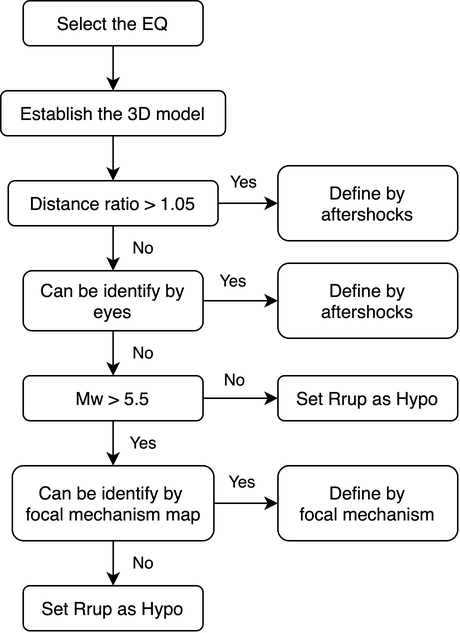
Above: Rupture plane workflow.drawio.png in chelseahuei/draw.io (draw.io), before the change. Source tidied: cells renumbered, new cells last; positions are measured from the earlier drawing's top-left corner, leaving out a move shared by most shapes. The source it was exported from:
```xml
<mxGraphModel>
  <root>
    <mxCell id="0" />
    <mxCell id="1" parent="0" />
    <mxCell id="2" style="edgeStyle=orthogonalEdgeStyle;rounded=0;jettySize=auto;html=1;entryX=0.5;entryY=0;entryDx=0;entryDy=0;" parent="1" edge="1" source="3" target="12">
      <mxGeometry relative="1" as="geometry" />
    </mxCell>
    <mxCell id="3" value="Select the EQ" style="rounded=1;whiteSpace=wrap;html=1;fontSize=12;glass=0;strokeWidth=1;shadow=0;" parent="1" vertex="1">
      <mxGeometry x="15" width="120" height="30" as="geometry" />
    </mxCell>
    <mxCell id="4" value="Define by&lt;div&gt;aftershocks&lt;/div&gt;" style="rounded=1;whiteSpace=wrap;html=1;fontSize=12;glass=0;strokeWidth=1;shadow=0;" parent="1" vertex="1">
      <mxGeometry x="185" y="110" width="120" height="50" as="geometry" />
    </mxCell>
    <mxCell id="5" style="edgeStyle=orthogonalEdgeStyle;rounded=0;jettySize=auto;html=1;entryX=0;entryY=0.5;entryDx=0;entryDy=0;" parent="1" edge="1" source="7" target="4">
      <mxGeometry relative="1" as="geometry" />
    </mxCell>
    <mxCell id="6" style="edgeStyle=orthogonalEdgeStyle;rounded=0;jettySize=auto;html=1;entryX=0.5;entryY=0;entryDx=0;entryDy=0;" parent="1" edge="1" source="7" target="10">
      <mxGeometry relative="1" as="geometry" />
    </mxCell>
    <mxCell id="7" value="Distance ratio &amp;gt; 1.05" style="rounded=1;whiteSpace=wrap;html=1;fontSize=12;glass=0;strokeWidth=1;shadow=0;" parent="1" vertex="1">
      <mxGeometry x="5" y="120" width="140" height="30" as="geometry" />
    </mxCell>
    <mxCell id="8" style="edgeStyle=orthogonalEdgeStyle;rounded=0;jettySize=auto;html=1;entryX=0;entryY=0.5;entryDx=0;entryDy=0;" parent="1" edge="1" source="10" target="15">
      <mxGeometry relative="1" as="geometry" />
    </mxCell>
    <mxCell id="9" style="edgeStyle=orthogonalEdgeStyle;rounded=0;jettySize=auto;html=1;entryX=0.5;entryY=0;entryDx=0;entryDy=0;" parent="1" edge="1" source="10" target="19">
      <mxGeometry relative="1" as="geometry" />
    </mxCell>
    <mxCell id="10" value="Can be identify by eyes" style="rounded=1;whiteSpace=wrap;html=1;fontSize=12;glass=0;strokeWidth=1;shadow=0;" parent="1" vertex="1">
      <mxGeometry x="15" y="180" width="120" height="40" as="geometry" />
    </mxCell>
    <mxCell id="11" style="edgeStyle=orthogonalEdgeStyle;rounded=0;jettySize=auto;html=1;entryX=0.5;entryY=0;entryDx=0;entryDy=0;" parent="1" edge="1" source="12" target="7">
      <mxGeometry relative="1" as="geometry" />
    </mxCell>
    <mxCell id="12" value="Establish the 3D model" style="rounded=1;whiteSpace=wrap;html=1;" parent="1" vertex="1">
      <mxGeometry y="60" width="150" height="30" as="geometry" />
    </mxCell>
    <mxCell id="13" value="Yes" style="text;html=1;align=center;verticalAlign=middle;strokeColor=none;fillColor=none;fontSize=11;" parent="1" vertex="1">
      <mxGeometry x="142" y="106" width="40" height="30" as="geometry" />
    </mxCell>
    <mxCell id="14" value="No" style="text;html=1;align=center;verticalAlign=middle;strokeColor=none;fillColor=none;fontSize=11;" parent="1" vertex="1">
      <mxGeometry x="75" y="150" width="40" height="30" as="geometry" />
    </mxCell>
    <mxCell id="15" value="Define by&lt;div&gt;aftershocks&lt;/div&gt;" style="rounded=1;whiteSpace=wrap;html=1;fontSize=12;glass=0;strokeWidth=1;shadow=0;" parent="1" vertex="1">
      <mxGeometry x="185" y="175" width="120" height="50" as="geometry" />
    </mxCell>
    <mxCell id="16" value="Yes" style="text;html=1;align=center;verticalAlign=middle;strokeColor=none;fillColor=none;fontSize=11;" parent="1" vertex="1">
      <mxGeometry x="135" y="172" width="40" height="30" as="geometry" />
    </mxCell>
    <mxCell id="17" style="edgeStyle=orthogonalEdgeStyle;rounded=0;jettySize=auto;html=1;entryX=0;entryY=0.5;entryDx=0;entryDy=0;" parent="1" edge="1" source="19" target="23">
      <mxGeometry relative="1" as="geometry" />
    </mxCell>
    <mxCell id="18" style="edgeStyle=orthogonalEdgeStyle;rounded=0;jettySize=auto;html=1;entryX=0.5;entryY=0;entryDx=0;entryDy=0;" parent="1" edge="1" source="19" target="22">
      <mxGeometry relative="1" as="geometry" />
    </mxCell>
    <mxCell id="19" value="Mw &amp;gt; 5.5" style="rounded=1;whiteSpace=wrap;html=1;" parent="1" vertex="1">
      <mxGeometry x="15" y="250" width="120" height="30" as="geometry" />
    </mxCell>
    <mxCell id="20" style="edgeStyle=orthogonalEdgeStyle;rounded=0;jettySize=auto;html=1;entryX=0;entryY=0.5;entryDx=0;entryDy=0;" parent="1" edge="1" source="22" target="27">
      <mxGeometry relative="1" as="geometry" />
    </mxCell>
    <mxCell id="21" style="edgeStyle=orthogonalEdgeStyle;rounded=0;jettySize=auto;html=1;entryX=0.5;entryY=0;entryDx=0;entryDy=0;" parent="1" edge="1" source="22" target="29">
      <mxGeometry relative="1" as="geometry" />
    </mxCell>
    <mxCell id="22" value="Can be identify by&amp;nbsp;&lt;div&gt;focal mechanism map&lt;/div&gt;" style="rounded=1;whiteSpace=wrap;html=1;" parent="1" vertex="1">
      <mxGeometry x="7.8" y="310" width="134.5" height="50" as="geometry" />
    </mxCell>
    <mxCell id="23" value="Set Rrup as Hypo" style="rounded=1;whiteSpace=wrap;html=1;fontSize=12;glass=0;strokeWidth=1;shadow=0;" parent="1" vertex="1">
      <mxGeometry x="185" y="250" width="120" height="30" as="geometry" />
    </mxCell>
    <mxCell id="24" value="No" style="text;html=1;align=center;verticalAlign=middle;strokeColor=none;fillColor=none;fontSize=11;" parent="1" vertex="1">
      <mxGeometry x="136" y="238" width="40" height="30" as="geometry" />
    </mxCell>
    <mxCell id="25" value="No" style="text;html=1;align=center;verticalAlign=middle;strokeColor=none;fillColor=none;fontSize=11;" parent="1" vertex="1">
      <mxGeometry x="75" y="220" width="40" height="30" as="geometry" />
    </mxCell>
    <mxCell id="26" value="Yes" style="text;html=1;align=center;verticalAlign=middle;strokeColor=none;fillColor=none;fontSize=11;" parent="1" vertex="1">
      <mxGeometry x="75" y="280" width="40" height="30" as="geometry" />
    </mxCell>
    <mxCell id="27" value="Define by&lt;div&gt;focal mechanism&lt;br&gt;&lt;/div&gt;" style="rounded=1;whiteSpace=wrap;html=1;fontSize=12;glass=0;strokeWidth=1;shadow=0;" parent="1" vertex="1">
      <mxGeometry x="185" y="310" width="120" height="50" as="geometry" />
    </mxCell>
    <mxCell id="28" value="Yes" style="text;html=1;align=center;verticalAlign=middle;strokeColor=none;fillColor=none;fontSize=11;" parent="1" vertex="1">
      <mxGeometry x="141" y="306" width="40" height="30" as="geometry" />
    </mxCell>
    <mxCell id="29" value="Set Rrup as Hypo" style="rounded=1;whiteSpace=wrap;html=1;fontSize=12;glass=0;strokeWidth=1;shadow=0;" parent="1" vertex="1">
      <mxGeometry x="15" y="390" width="120" height="30" as="geometry" />
    </mxCell>
    <mxCell id="30" value="No" style="text;html=1;align=center;verticalAlign=middle;strokeColor=none;fillColor=none;fontSize=11;" parent="1" vertex="1">
      <mxGeometry x="75" y="360" width="40" height="30" as="geometry" />
    </mxCell>
  </root>
</mxGraphModel>
```
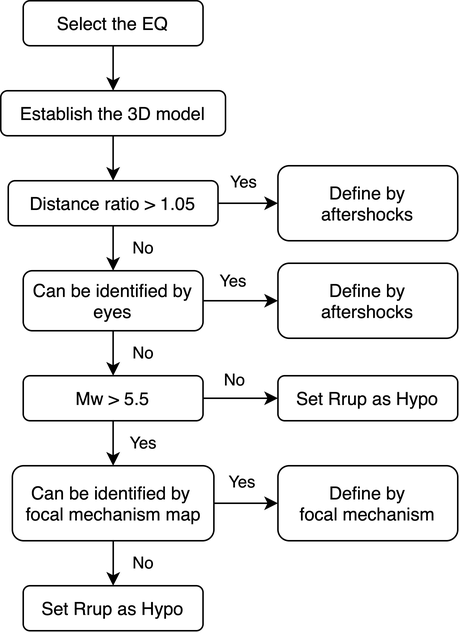
The same file after the commit.

Change to the diagram source:
```diff
@@ -26,7 +26,7 @@
     <mxCell id="9" style="edgeStyle=orthogonalEdgeStyle;rounded=0;jettySize=auto;html=1;entryX=0.5;entryY=0;entryDx=0;entryDy=0;" parent="1" edge="1" source="10" target="19">
       <mxGeometry relative="1" as="geometry" />
     </mxCell>
-    <mxCell id="10" value="Can be identify by eyes" style="rounded=1;whiteSpace=wrap;html=1;fontSize=12;glass=0;strokeWidth=1;shadow=0;" parent="1" vertex="1">
+    <mxCell id="10" value="Can be identified by eyes" style="rounded=1;whiteSpace=wrap;html=1;fontSize=12;glass=0;strokeWidth=1;shadow=0;" parent="1" vertex="1">
       <mxGeometry x="15" y="180" width="120" height="40" as="geometry" />
     </mxCell>
     <mxCell id="11" style="edgeStyle=orthogonalEdgeStyle;rounded=0;jettySize=auto;html=1;entryX=0.5;entryY=0;entryDx=0;entryDy=0;" parent="1" edge="1" source="12" target="7">
@@ -62,7 +62,7 @@
     <mxCell id="21" style="edgeStyle=orthogonalEdgeStyle;rounded=0;jettySize=auto;html=1;entryX=0.5;entryY=0;entryDx=0;entryDy=0;" parent="1" edge="1" source="22" target="29">
       <mxGeometry relative="1" as="geometry" />
     </mxCell>
-    <mxCell id="22" value="Can be identify by&amp;nbsp;&lt;div&gt;focal mechanism map&lt;/div&gt;" style="rounded=1;whiteSpace=wrap;html=1;" parent="1" vertex="1">
+    <mxCell id="22" value="Can be identified&amp;nbsp;by&amp;nbsp;&lt;div&gt;focal mechanism map&lt;/div&gt;" style="rounded=1;whiteSpace=wrap;html=1;" parent="1" vertex="1">
       <mxGeometry x="7.8" y="310" width="134.5" height="50" as="geometry" />
     </mxCell>
     <mxCell id="23" value="Set Rrup as Hypo" style="rounded=1;whiteSpace=wrap;html=1;fontSize=12;glass=0;strokeWidth=1;shadow=0;" parent="1" vertex="1">
```
